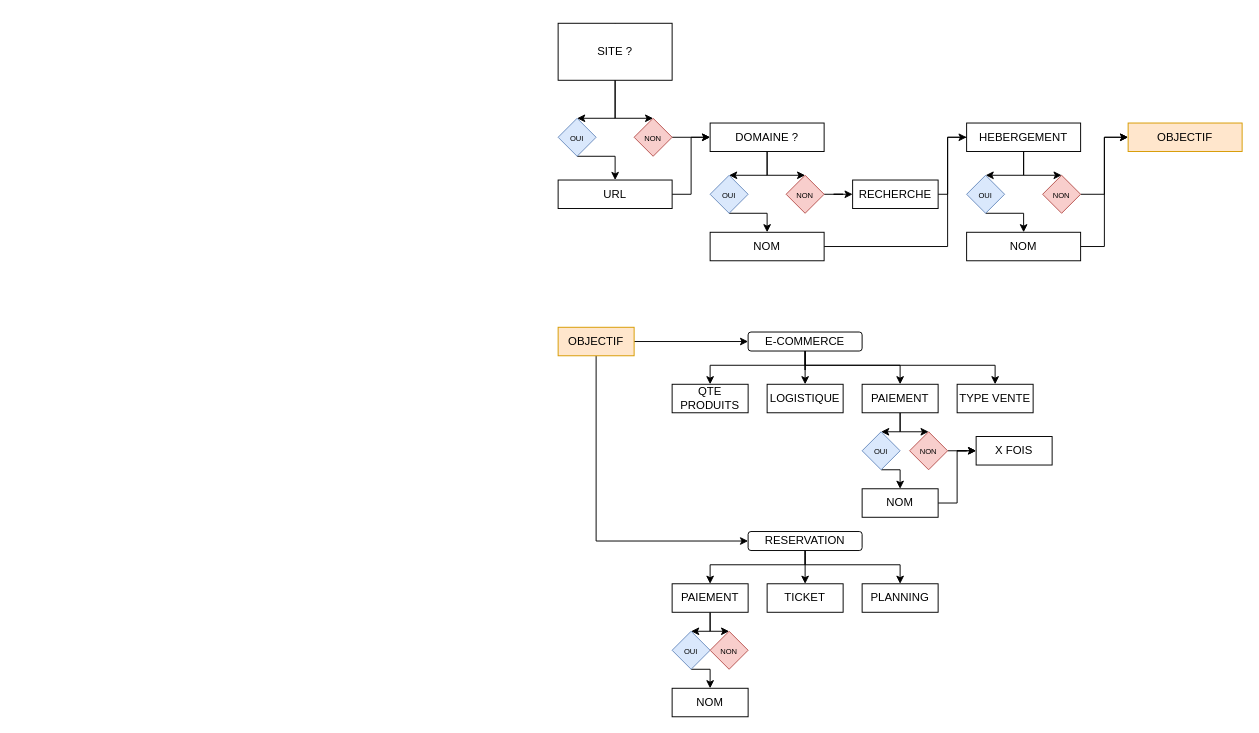
Earlier version of the draw.io diagram Webcharte.drawio (webcharte/webcharte). Source tidied: cells renumbered, new cells numbered last; positions are measured from the earlier drawing's top-left corner, leaving out a move shared by most shapes. Both pictures are drawn from the tidied source at 95%, with x=0, y=0 at pixel (558, 23).
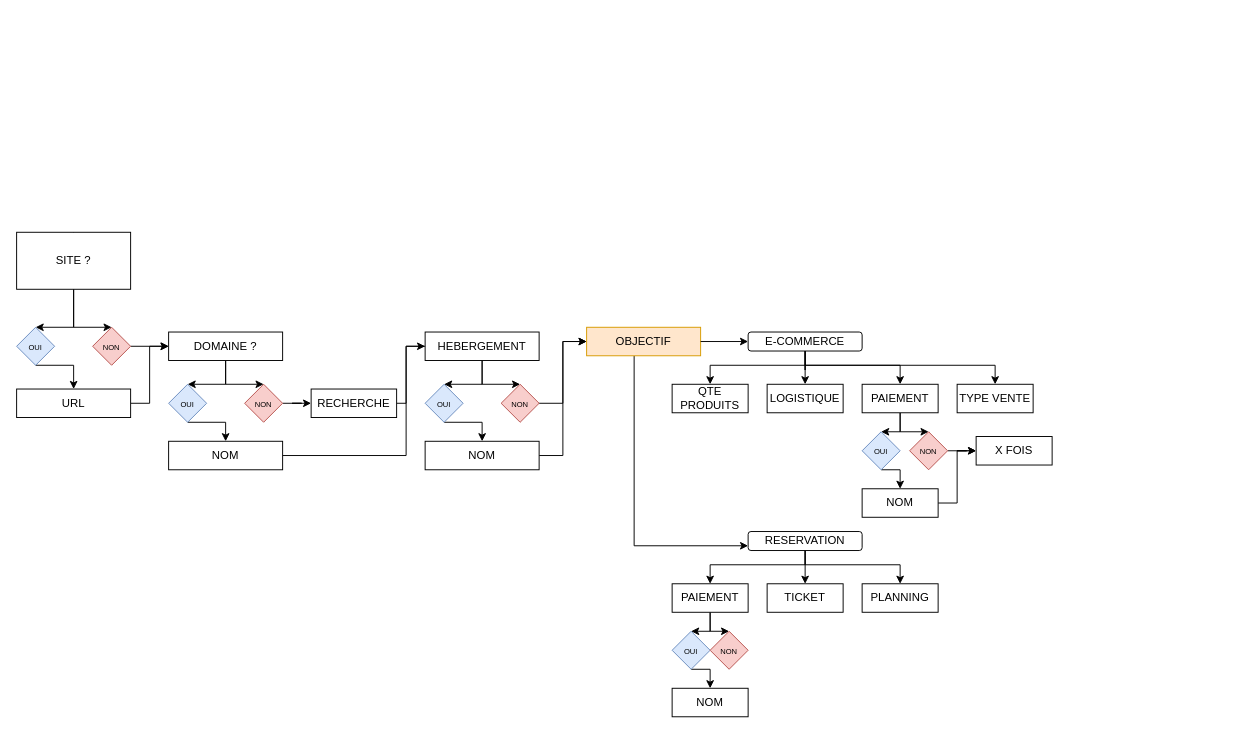
The same diagram, later.

Commit message:
Mettre à jour Webcharte.drawio

The change refers to these unchanged cells:
```xml
<mxCell id="39" value="E-COMMERCE" style="rounded=1;whiteSpace=wrap;html=1;" parent="1" vertex="1">
  <mxGeometry x="200" y="325" width="120" height="20" as="geometry" />
</mxCell>
<mxCell id="56" value="RESERVATION" style="rounded=1;whiteSpace=wrap;html=1;" parent="1" vertex="1">
  <mxGeometry x="200" y="535" width="120" height="20" as="geometry" />
</mxCell>
```

Change to the diagram source:
```diff
@@
     <mxCell id="2" style="edgeStyle=none;rounded=0;jettySize=auto;html=1;exitX=0.5;exitY=1;exitDx=0;exitDy=0;entryX=0.5;entryY=0;entryDx=0;entryDy=0;" parent="1" edge="1" source="4" target="6">
       <mxGeometry relative="1" as="geometry">
         <Array as="points">
-          <mxPoint x="60" y="100" />
+          <mxPoint x="-510" y="320" />
         </Array>
       </mxGeometry>
     </mxCell>
     <mxCell id="3" style="edgeStyle=none;rounded=0;jettySize=auto;html=1;entryX=0.5;entryY=0;entryDx=0;entryDy=0;fontSize=8;" parent="1" edge="1" source="4" target="8">
       <mxGeometry relative="1" as="geometry">
         <Array as="points">
-          <mxPoint x="60" y="100" />
+          <mxPoint x="-510" y="320" />
         </Array>
       </mxGeometry>
     </mxCell>
     <mxCell id="4" value="SITE ?" style="rounded=0;whiteSpace=wrap;html=1;direction=west;" parent="1" vertex="1">
-      <mxGeometry width="120" height="60" as="geometry" />
+      <mxGeometry x="-570" y="220" width="120" height="60" as="geometry" />
     </mxCell>
     <mxCell id="5" style="edgeStyle=none;rounded=0;jettySize=auto;html=1;exitX=0.5;exitY=1;exitDx=0;exitDy=0;fontSize=8;entryX=0.5;entryY=0;entryDx=0;entryDy=0;" parent="1" edge="1" source="6" target="10">
       <mxGeometry relative="1" as="geometry">
         <Array as="points">
-          <mxPoint x="60" y="140" />
+          <mxPoint x="-510" y="360" />
         </Array>
       </mxGeometry>
     </mxCell>
     <mxCell id="6" value="&lt;font style=&quot;font-size: 8px&quot;&gt;OUI&lt;/font&gt;" style="rhombus;whiteSpace=wrap;html=1;fillColor=#dae8fc;strokeColor=#6c8ebf;" parent="1" vertex="1">
-      <mxGeometry y="100" width="40" height="40" as="geometry" />
+      <mxGeometry x="-570" y="320" width="40" height="40" as="geometry" />
     </mxCell>
@@
     <mxCell id="8" value="&lt;font style=&quot;font-size: 8px&quot;&gt;NON&lt;/font&gt;" style="rhombus;whiteSpace=wrap;html=1;fillColor=#f8cecc;strokeColor=#b85450;" parent="1" vertex="1">
-      <mxGeometry x="80" y="100" width="40" height="40" as="geometry" />
+      <mxGeometry x="-490" y="320" width="40" height="40" as="geometry" />
     </mxCell>
@@
     <mxCell id="10" value="URL" style="rounded=0;whiteSpace=wrap;html=1;" parent="1" vertex="1">
-      <mxGeometry y="165" width="120" height="30" as="geometry" />
+      <mxGeometry x="-570" y="385" width="120" height="30" as="geometry" />
     </mxCell>
     <mxCell id="11" style="edgeStyle=none;rounded=0;jettySize=auto;html=1;fontSize=8;entryX=0.5;entryY=0;entryDx=0;entryDy=0;" parent="1" edge="1" source="13" target="15">
       <mxGeometry relative="1" as="geometry">
         <Array as="points">
-          <mxPoint x="220" y="160" />
+          <mxPoint x="-350" y="380" />
         </Array>
       </mxGeometry>
     </mxCell>
     <mxCell id="12" style="edgeStyle=none;rounded=0;jettySize=auto;html=1;fontSize=8;entryX=0.5;entryY=0;entryDx=0;entryDy=0;" parent="1" edge="1" source="13" target="17">
       <mxGeometry relative="1" as="geometry">
         <Array as="points">
-          <mxPoint x="220" y="160" />
+          <mxPoint x="-350" y="380" />
         </Array>
       </mxGeometry>
     </mxCell>
     <mxCell id="13" value="DOMAINE ?" style="rounded=0;whiteSpace=wrap;html=1;" parent="1" vertex="1">
-      <mxGeometry x="160" y="105" width="120" height="30" as="geometry" />
+      <mxGeometry x="-410" y="325" width="120" height="30" as="geometry" />
     </mxCell>
     <mxCell id="14" style="edgeStyle=none;rounded=0;jettySize=auto;html=1;fontSize=8;exitX=0.5;exitY=1;exitDx=0;exitDy=0;" parent="1" edge="1" source="15" target="19">
       <mxGeometry relative="1" as="geometry">
         <Array as="points">
-          <mxPoint x="220" y="200" />
+          <mxPoint x="-350" y="420" />
         </Array>
       </mxGeometry>
     </mxCell>
     <mxCell id="15" value="&lt;font style=&quot;font-size: 8px&quot;&gt;OUI&lt;/font&gt;" style="rhombus;whiteSpace=wrap;html=1;fillColor=#dae8fc;strokeColor=#6c8ebf;" parent="1" vertex="1">
-      <mxGeometry x="160" y="160" width="40" height="40" as="geometry" />
+      <mxGeometry x="-410" y="380" width="40" height="40" as="geometry" />
     </mxCell>
@@
     <mxCell id="17" value="&lt;font style=&quot;font-size: 8px&quot;&gt;NON&lt;/font&gt;" style="rhombus;whiteSpace=wrap;html=1;fillColor=#f8cecc;strokeColor=#b85450;" parent="1" vertex="1">
-      <mxGeometry x="240" y="160" width="40" height="40" as="geometry" />
+      <mxGeometry x="-330" y="380" width="40" height="40" as="geometry" />
     </mxCell>
     <mxCell id="18" style="edgeStyle=orthogonalEdgeStyle;rounded=0;jettySize=auto;html=1;" parent="1" edge="1" source="19">
       <mxGeometry relative="1" as="geometry">
-        <mxPoint x="440" y="120" as="targetPoint" />
+        <mxPoint x="-130" y="340" as="targetPoint" />
         <Array as="points">
-          <mxPoint x="410" y="235" />
-          <mxPoint x="410" y="120" />
+          <mxPoint x="-160" y="455" />
+          <mxPoint x="-160" y="340" />
         </Array>
       </mxGeometry>
     </mxCell>
     <mxCell id="19" value="NOM" style="rounded=0;whiteSpace=wrap;html=1;" parent="1" vertex="1">
-      <mxGeometry x="160" y="220" width="120" height="30" as="geometry" />
+      <mxGeometry x="-410" y="440" width="120" height="30" as="geometry" />
     </mxCell>
     <mxCell id="20" style="edgeStyle=none;rounded=0;jettySize=auto;html=1;entryX=0.5;entryY=0;entryDx=0;entryDy=0;fontSize=8;" parent="1" edge="1" source="22" target="24">
       <mxGeometry relative="1" as="geometry">
         <Array as="points">
-          <mxPoint x="490" y="160" />
+          <mxPoint x="-80" y="380" />
         </Array>
       </mxGeometry>
     </mxCell>
     <mxCell id="21" style="edgeStyle=none;rounded=0;jettySize=auto;html=1;entryX=0.5;entryY=0;entryDx=0;entryDy=0;fontSize=8;" parent="1" edge="1" source="22" target="26">
       <mxGeometry relative="1" as="geometry">
         <Array as="points">
-          <mxPoint x="490" y="160" />
+          <mxPoint x="-80" y="380" />
         </Array>
       </mxGeometry>
     </mxCell>
     <mxCell id="22" value="HEBERGEMENT" style="rounded=0;whiteSpace=wrap;html=1;" parent="1" vertex="1">
-      <mxGeometry x="430" y="105" width="120" height="30" as="geometry" />
+      <mxGeometry x="-140" y="325" width="120" height="30" as="geometry" />
     </mxCell>
     <mxCell id="23" style="edgeStyle=none;rounded=0;jettySize=auto;html=1;entryX=0.5;entryY=0;entryDx=0;entryDy=0;fontSize=8;exitX=0.5;exitY=1;exitDx=0;exitDy=0;" parent="1" edge="1" source="24" target="28">
       <mxGeometry relative="1" as="geometry">
         <Array as="points">
-          <mxPoint x="490" y="200" />
+          <mxPoint x="-80" y="420" />
         </Array>
       </mxGeometry>
     </mxCell>
     <mxCell id="24" value="&lt;font style=&quot;font-size: 8px&quot;&gt;OUI&lt;/font&gt;" style="rhombus;whiteSpace=wrap;html=1;fillColor=#dae8fc;strokeColor=#6c8ebf;" parent="1" vertex="1">
-      <mxGeometry x="430" y="160" width="40" height="40" as="geometry" />
+      <mxGeometry x="-140" y="380" width="40" height="40" as="geometry" />
     </mxCell>
@@
     <mxCell id="26" value="&lt;font style=&quot;font-size: 8px&quot;&gt;NON&lt;/font&gt;" style="rhombus;whiteSpace=wrap;html=1;fillColor=#f8cecc;strokeColor=#b85450;" parent="1" vertex="1">
-      <mxGeometry x="510" y="160" width="40" height="40" as="geometry" />
+      <mxGeometry x="-60" y="380" width="40" height="40" as="geometry" />
     </mxCell>
@@
     <mxCell id="28" value="NOM" style="rounded=0;whiteSpace=wrap;html=1;" parent="1" vertex="1">
-      <mxGeometry x="430" y="220" width="120" height="30" as="geometry" />
+      <mxGeometry x="-140" y="440" width="120" height="30" as="geometry" />
     </mxCell>
     <mxCell id="29" style="edgeStyle=orthogonalEdgeStyle;rounded=0;jettySize=auto;html=1;entryX=0;entryY=0.5;entryDx=0;entryDy=0;" parent="1" edge="1" source="30" target="22">
       <mxGeometry relative="1" as="geometry">
         <Array as="points">
-          <mxPoint x="410" y="180" />
-          <mxPoint x="410" y="120" />
+          <mxPoint x="-160" y="400" />
+          <mxPoint x="-160" y="340" />
         </Array>
       </mxGeometry>
     </mxCell>
     <mxCell id="30" value="RECHERCHE" style="rounded=0;whiteSpace=wrap;html=1;" parent="1" vertex="1">
-      <mxGeometry x="310" y="165" width="90" height="30" as="geometry" />
+      <mxGeometry x="-260" y="385" width="90" height="30" as="geometry" />
     </mxCell>
+    <mxCell id="66" style="edgeStyle=orthogonalEdgeStyle;rounded=0;jettySize=auto;html=1;entryX=0;entryY=0.75;entryDx=0;entryDy=0;" parent="1" edge="1" source="31" target="56">
+      <mxGeometry relative="1" as="geometry">
+        <Array as="points">
+          <mxPoint x="80" y="550" />
+        </Array>
+      </mxGeometry>
+    </mxCell>
     <mxCell id="31" value="OBJECTIF" style="rounded=0;whiteSpace=wrap;html=1;fillColor=#ffe6cc;strokeColor=#d79b00;" parent="1" vertex="1">
-      <mxGeometry x="600" y="105" width="120" height="30" as="geometry" />
+      <mxGeometry x="30" y="320" width="120" height="30" as="geometry" />
     </mxCell>
-    <mxCell id="32" style="edgeStyle=orthogonalEdgeStyle;rounded=0;jettySize=auto;html=1;" parent="1" edge="1" source="34" target="39">
+    <mxCell id="32" style="edgeStyle=orthogonalEdgeStyle;rounded=0;jettySize=auto;html=1;exitX=1;exitY=0.5;exitDx=0;exitDy=0;" parent="1" edge="1" source="31" target="39">
       <mxGeometry relative="1" as="geometry" />
     </mxCell>
-    <mxCell id="33" style="edgeStyle=orthogonalEdgeStyle;rounded=0;jettySize=auto;html=1;entryX=0;entryY=0.5;entryDx=0;entryDy=0;" parent="1" edge="1" source="34" target="56">
-      <mxGeometry relative="1" as="geometry">
-        <Array as="points">
-          <mxPoint x="40" y="545" />
-        </Array>
-      </mxGeometry>
-    </mxCell>
-    <mxCell id="34" value="OBJECTIF" style="rounded=0;whiteSpace=wrap;html=1;fillColor=#ffe6cc;strokeColor=#d79b00;" parent="1" vertex="1">
-      <mxGeometry y="320" width="80" height="30" as="geometry" />
-    </mxCell>
```
